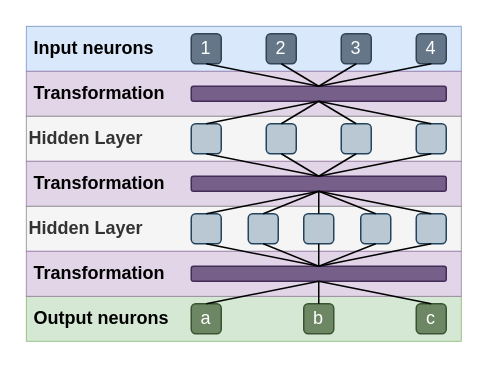
Earlier version of the draw.io diagram book/images/ffn/overview-high-level.drawio (yshavit/llm-notes). Source tidied: cells renumbered, new cells numbered last; positions are measured from the earlier drawing's top-left corner, leaving out a move shared by most shapes. Both pictures are drawn from the tidied source at 150%, with x=0, y=0 at pixel (26, 26).
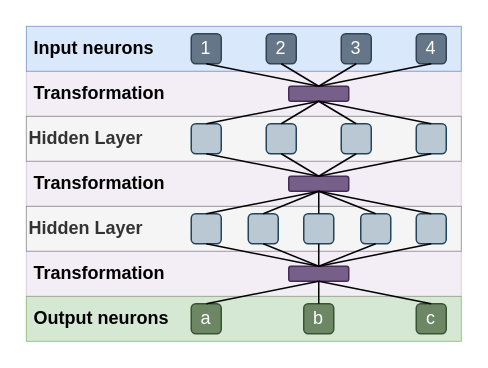
The same diagram, later.

Commit message:
FFN: tweak image

The edit, as a diff of the source:
```diff
@@
-    <mxCell id="11" value="&amp;nbsp;Transformation" style="rounded=0;whiteSpace=wrap;html=1;fillColor=#e1d5e7;strokeColor=#9673a6;fontStyle=1;align=left;strokeWidth=0.5;" parent="1" vertex="1">
+    <mxCell id="11" value="&amp;nbsp;Transformation" style="rounded=0;whiteSpace=wrap;html=1;fillColor=#e1d5e7;strokeColor=#9673a6;fontStyle=1;align=left;strokeWidth=0.5;opacity=40;" parent="1" vertex="1">
       <mxGeometry y="30" width="290" height="30" as="geometry" />
     </mxCell>
     <mxCell id="12" style="rounded=1;whiteSpace=wrap;html=1;fillColor=#76608a;fontColor=#ffffff;strokeColor=#432D57;" parent="1" vertex="1">
-      <mxGeometry x="110" y="40" width="170" height="10" as="geometry" />
+      <mxGeometry x="175" y="40" width="40" height="10" as="geometry" />
     </mxCell>
@@
-    <mxCell id="24" value="&amp;nbsp;Transformation" style="rounded=0;whiteSpace=wrap;html=1;fillColor=#e1d5e7;strokeColor=#9673a6;fontStyle=1;align=left;strokeWidth=0.5;" parent="1" vertex="1">
+    <mxCell id="24" value="&amp;nbsp;Transformation" style="rounded=0;whiteSpace=wrap;html=1;fillColor=#e1d5e7;strokeColor=#9673a6;fontStyle=1;align=left;strokeWidth=0.5;opacity=40;" parent="1" vertex="1">
       <mxGeometry y="90" width="290" height="30" as="geometry" />
     </mxCell>
     <mxCell id="25" style="rounded=1;whiteSpace=wrap;html=1;fillColor=#76608a;fontColor=#ffffff;strokeColor=#432D57;" parent="1" vertex="1">
-      <mxGeometry x="110" y="100" width="170" height="10" as="geometry" />
+      <mxGeometry x="175" y="100" width="40" height="10" as="geometry" />
     </mxCell>
@@
-    <mxCell id="33" value="&amp;nbsp;Transformation" style="rounded=0;whiteSpace=wrap;html=1;fillColor=#e1d5e7;strokeColor=#9673a6;fontStyle=1;align=left;strokeWidth=0.5;" parent="1" vertex="1">
+    <mxCell id="33" value="&amp;nbsp;Transformation" style="rounded=0;whiteSpace=wrap;html=1;fillColor=#e1d5e7;strokeColor=#9673a6;fontStyle=1;align=left;strokeWidth=0.5;opacity=40;" parent="1" vertex="1">
       <mxGeometry y="150" width="290" height="30" as="geometry" />
     </mxCell>
     <mxCell id="34" style="rounded=1;whiteSpace=wrap;html=1;fillColor=#76608a;fontColor=#ffffff;strokeColor=#432D57;" parent="1" vertex="1">
-      <mxGeometry x="110" y="160" width="170" height="10" as="geometry" />
+      <mxGeometry x="175" y="160" width="40" height="10" as="geometry" />
     </mxCell>
```
